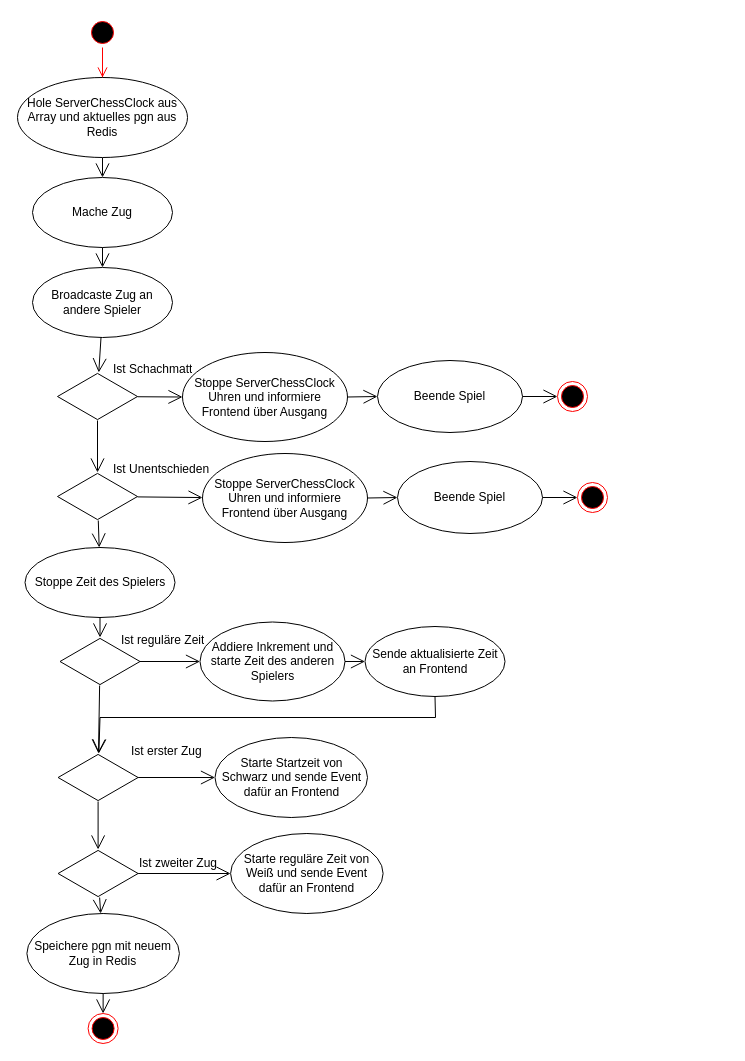
Earlier version of the draw.io diagram Bachelorarbeit/images/Neuer Zug Backend.drawio (jasperfue/Gambit). Source tidied: cells renumbered, new cells numbered last; positions are measured from the earlier drawing's top-left corner, leaving out a move shared by most shapes. Both pictures are drawn from the tidied source at 100%, with x=0, y=0 at pixel (17, 17).
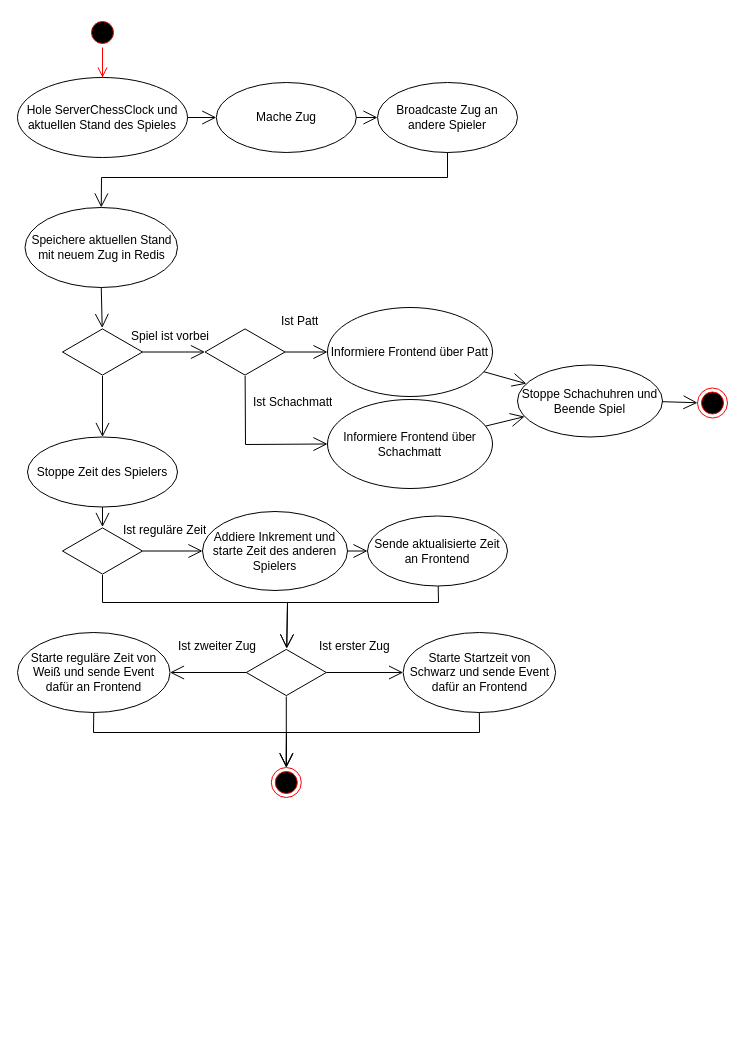
The same diagram, later.

Diff of the diagram source:
```diff
@@
     <mxCell id="5" value="Broadcaste Zug an andere Spieler" style="ellipse;whiteSpace=wrap;html=1;" parent="1" vertex="1">
-      <mxGeometry x="15" y="250" width="140" height="70" as="geometry" />
+      <mxGeometry x="360" y="65" width="140" height="70" as="geometry" />
     </mxCell>
-    <mxCell id="6" style="endArrow=open;endFill=1;endSize=12;html=1;rounded=0;" parent="1" edge="1" source="12" target="26">
+    <mxCell id="6" style="endArrow=open;endFill=1;endSize=12;html=1;rounded=0;" parent="1" edge="1" source="12" target="16">
       <mxGeometry relative="1" as="geometry" />
     </mxCell>
@@
-    <mxCell id="8" value="Hole ServerChessClock aus Array und aktuelles pgn aus Redis" style="ellipse;whiteSpace=wrap;html=1;" parent="1" vertex="1">
+    <mxCell id="8" value="Hole ServerChessClock und aktuellen Stand des Spieles" style="ellipse;whiteSpace=wrap;html=1;" parent="1" vertex="1">
       <mxGeometry y="60" width="170" height="80" as="geometry" />
     </mxCell>
     <mxCell id="9" value="Mache Zug" style="ellipse;whiteSpace=wrap;html=1;" parent="1" vertex="1">
-      <mxGeometry x="15" y="160" width="140" height="70" as="geometry" />
+      <mxGeometry x="198.8" y="65" width="140" height="70" as="geometry" />
     </mxCell>
@@
-    <mxCell id="11" style="endArrow=open;endFill=1;endSize=12;html=1;rounded=0;" parent="1" edge="1" source="5" target="12">
-      <mxGeometry relative="1" as="geometry" />
+    <mxCell id="11" style="endArrow=open;endFill=1;endSize=12;html=1;rounded=0;" parent="1" edge="1" source="5" target="49">
+      <mxGeometry relative="1" as="geometry">
+        <Array as="points">
+          <mxPoint x="430" y="160" />
+          <mxPoint x="84" y="160" />
+        </Array>
+      </mxGeometry>
     </mxCell>
     <mxCell id="12" style="html=1;whiteSpace=wrap;shape=isoRectangle;" parent="1" vertex="1">
-      <mxGeometry x="40" y="355" width="80" height="48" as="geometry" />
+      <mxGeometry x="45" y="310.5" width="80" height="48" as="geometry" />
     </mxCell>
-    <mxCell id="13" style="endArrow=open;endFill=1;endSize=12;html=1;rounded=0;" parent="1" edge="1" source="12" target="21">
+    <mxCell id="13" style="endArrow=open;endFill=1;endSize=12;html=1;rounded=0;" parent="1" edge="1" source="12" target="26">
       <mxGeometry relative="1" as="geometry" />
     </mxCell>
     <mxCell id="14" style="ellipse;html=1;shape=endState;fillColor=#000000;strokeColor=#ff0000;" parent="1" vertex="1">
-      <mxGeometry x="540" y="364" width="30" height="30" as="geometry" />
+      <mxGeometry x="680" y="370.5" width="30" height="30" as="geometry" />
     </mxCell>
-    <mxCell id="15" value="Ist Schachmatt" style="text;strokeColor=none;fillColor=none;align=left;verticalAlign=top;spacingLeft=4;spacingRight=4;overflow=hidden;whiteSpace=wrap;html=1;" parent="1" vertex="1">
-      <mxGeometry x="90" y="338" width="160" height="26" as="geometry" />
+    <mxCell id="15" value="Spiel ist vorbei" style="text;strokeColor=none;fillColor=none;align=left;verticalAlign=top;spacingLeft=4;spacingRight=4;overflow=hidden;whiteSpace=wrap;html=1;" parent="1" vertex="1">
+      <mxGeometry x="107.5" y="305" width="160" height="26" as="geometry" />
     </mxCell>
     <mxCell id="16" value="Stoppe Zeit des Spielers" style="ellipse;whiteSpace=wrap;html=1;" parent="1" vertex="1">
-      <mxGeometry x="7.5" y="530" width="150" height="70" as="geometry" />
+      <mxGeometry x="10" y="419.5" width="150" height="70" as="geometry" />
     </mxCell>
@@
     <mxCell id="18" value="Addiere Inkrement und starte Zeit des anderen Spielers" style="ellipse;whiteSpace=wrap;html=1;" parent="1" vertex="1">
-      <mxGeometry x="182.5" y="604.5" width="145" height="79" as="geometry" />
+      <mxGeometry x="185" y="494" width="145" height="79" as="geometry" />
     </mxCell>
@@
     <mxCell id="20" style="ellipse;html=1;shape=endState;fillColor=#000000;strokeColor=#ff0000;" parent="1" vertex="1">
-      <mxGeometry x="70.6" y="996" width="30" height="30" as="geometry" />
+      <mxGeometry x="253.8" y="750" width="30" height="30" as="geometry" />
     </mxCell>
-    <mxCell id="21" value="Stoppe ServerChessClock Uhren und informiere Frontend über Ausgang" style="ellipse;whiteSpace=wrap;html=1;" parent="1" vertex="1">
-      <mxGeometry x="165" y="335" width="165" height="89" as="geometry" />
+    <mxCell id="21" value="Informiere Frontend über Patt" style="ellipse;whiteSpace=wrap;html=1;" parent="1" vertex="1">
+      <mxGeometry x="310" y="290" width="165" height="89" as="geometry" />
     </mxCell>
@@
-    <mxCell id="23" value="Beende Spiel" style="ellipse;whiteSpace=wrap;html=1;" parent="1" vertex="1">
-      <mxGeometry x="360" y="343" width="145" height="72" as="geometry" />
+    <mxCell id="23" value="Stoppe Schachuhren und&lt;br&gt;Beende Spiel" style="ellipse;whiteSpace=wrap;html=1;" parent="1" vertex="1">
+      <mxGeometry x="500" y="347.5" width="145" height="72" as="geometry" />
     </mxCell>
@@
-    <mxCell id="25" style="endArrow=open;endFill=1;endSize=12;html=1;rounded=0;" parent="1" edge="1" source="26" target="16">
-      <mxGeometry relative="1" as="geometry" />
-    </mxCell>
     <mxCell id="26" style="html=1;whiteSpace=wrap;shape=isoRectangle;" parent="1" vertex="1">
-      <mxGeometry x="40" y="455" width="80" height="48" as="geometry" />
+      <mxGeometry x="187.5" y="310.5" width="80" height="48" as="geometry" />
     </mxCell>
-    <mxCell id="27" style="endArrow=open;endFill=1;endSize=12;html=1;rounded=0;" parent="1" edge="1" source="26" target="30">
+    <mxCell id="27" style="endArrow=open;endFill=1;endSize=12;html=1;rounded=0;" parent="1" edge="1" source="26" target="21">
       <mxGeometry relative="1" as="geometry" />
     </mxCell>
-    <mxCell id="28" style="ellipse;html=1;shape=endState;fillColor=#000000;strokeColor=#ff0000;" parent="1" vertex="1">
-      <mxGeometry x="560" y="465" width="30" height="30" as="geometry" />
-    </mxCell>
-    <mxCell id="29" value="Ist Unentschieden" style="text;strokeColor=none;fillColor=none;align=left;verticalAlign=top;spacingLeft=4;spacingRight=4;overflow=hidden;whiteSpace=wrap;html=1;" parent="1" vertex="1">
-      <mxGeometry x="90" y="438" width="160" height="26" as="geometry" />
+    <mxCell id="29" value="Ist Patt" style="text;strokeColor=none;fillColor=none;align=left;verticalAlign=top;spacingLeft=4;spacingRight=4;overflow=hidden;whiteSpace=wrap;html=1;" parent="1" vertex="1">
+      <mxGeometry x="257.5" y="290" width="160" height="26" as="geometry" />
     </mxCell>
-    <mxCell id="30" value="Stoppe ServerChessClock Uhren und informiere Frontend über Ausgang" style="ellipse;whiteSpace=wrap;html=1;" parent="1" vertex="1">
-      <mxGeometry x="185" y="436" width="165" height="89" as="geometry" />
+    <mxCell id="30" value="Informiere Frontend über Schachmatt" style="ellipse;whiteSpace=wrap;html=1;" parent="1" vertex="1">
+      <mxGeometry x="310" y="382" width="165" height="89" as="geometry" />
     </mxCell>
-    <mxCell id="31" style="endArrow=open;endFill=1;endSize=12;html=1;rounded=0;" parent="1" edge="1" source="30" target="32">
+    <mxCell id="31" style="endArrow=open;endFill=1;endSize=12;html=1;rounded=0;" parent="1" edge="1" source="30" target="23">
       <mxGeometry relative="1" as="geometry" />
     </mxCell>
-    <mxCell id="32" value="Beende Spiel" style="ellipse;whiteSpace=wrap;html=1;" parent="1" vertex="1">
-      <mxGeometry x="380" y="444" width="145" height="72" as="geometry" />
-    </mxCell>
-    <mxCell id="33" style="endArrow=open;endFill=1;endSize=12;html=1;rounded=0;" parent="1" edge="1" source="32" target="28">
-      <mxGeometry relative="1" as="geometry" />
-    </mxCell>
     <mxCell id="34" style="html=1;whiteSpace=wrap;shape=isoRectangle;" parent="1" vertex="1">
-      <mxGeometry x="40.6" y="736" width="80" height="48" as="geometry" />
+      <mxGeometry x="228.8" y="631" width="80" height="48" as="geometry" />
     </mxCell>
     <mxCell id="35" value="Ist erster Zug" style="text;strokeColor=none;fillColor=none;align=left;verticalAlign=top;spacingLeft=4;spacingRight=4;overflow=hidden;whiteSpace=wrap;html=1;" parent="1" vertex="1">
-      <mxGeometry x="107.5" y="720" width="160" height="26" as="geometry" />
+      <mxGeometry x="295.6" y="615" width="160" height="26" as="geometry" />
     </mxCell>
@@
     <mxCell id="37" value="Starte Startzeit von Schwarz und sende Event dafür an Frontend" style="ellipse;whiteSpace=wrap;html=1;" parent="1" vertex="1">
-      <mxGeometry x="197.5" y="720" width="152.5" height="80" as="geometry" />
+      <mxGeometry x="385.6" y="615" width="152.5" height="80" as="geometry" />
     </mxCell>
-    <mxCell id="38" style="html=1;whiteSpace=wrap;shape=isoRectangle;" parent="1" vertex="1">
-      <mxGeometry x="40.6" y="832" width="80" height="48" as="geometry" />
-    </mxCell>
-    <mxCell id="39" style="endArrow=open;endFill=1;endSize=12;html=1;rounded=0;" parent="1" edge="1" source="34" target="38">
+    <mxCell id="39" style="endArrow=open;endFill=1;endSize=12;html=1;rounded=0;" parent="1" edge="1" source="34" target="20">
       <mxGeometry relative="1" as="geometry" />
     </mxCell>
     <mxCell id="40" value="Ist zweiter Zug" style="text;strokeColor=none;fillColor=none;align=left;verticalAlign=top;spacingLeft=4;spacingRight=4;overflow=hidden;whiteSpace=wrap;html=1;" parent="1" vertex="1">
-      <mxGeometry x="115.6" y="832" width="160" height="26" as="geometry" />
+      <mxGeometry x="155" y="615" width="160" height="26" as="geometry" />
     </mxCell>
-    <mxCell id="41" style="endArrow=open;endFill=1;endSize=12;html=1;rounded=0;" parent="1" edge="1" source="38" target="42">
+    <mxCell id="41" style="endArrow=open;endFill=1;endSize=12;html=1;rounded=0;" parent="1" edge="1" source="34" target="42">
       <mxGeometry relative="1" as="geometry" />
     </mxCell>
     <mxCell id="42" value="Starte reguläre Zeit von Weiß und sende Event dafür an Frontend" style="ellipse;whiteSpace=wrap;html=1;" parent="1" vertex="1">
-      <mxGeometry x="213.1" y="816" width="152.5" height="80" as="geometry" />
+      <mxGeometry y="615" width="152.5" height="80" as="geometry" />
     </mxCell>
@@
     <mxCell id="44" style="html=1;whiteSpace=wrap;shape=isoRectangle;" parent="1" vertex="1">
-      <mxGeometry x="42.5" y="620" width="80" height="48" as="geometry" />
+      <mxGeometry x="45" y="509.5" width="80" height="48" as="geometry" />
     </mxCell>
     <mxCell id="45" value="Ist reguläre Zeit" style="text;strokeColor=none;fillColor=none;align=left;verticalAlign=top;spacingLeft=4;spacingRight=4;overflow=hidden;whiteSpace=wrap;html=1;" parent="1" vertex="1">
-      <mxGeometry x="97.5" y="609" width="160" height="26" as="geometry" />
+      <mxGeometry x="100" y="498.5" width="160" height="26" as="geometry" />
     </mxCell>
     <mxCell id="46" value="Sende aktualisierte Zeit an Frontend" style="ellipse;whiteSpace=wrap;html=1;" parent="1" vertex="1">
-      <mxGeometry x="347.5" y="609" width="140" height="70" as="geometry" />
+      <mxGeometry x="350" y="498.5" width="140" height="70" as="geometry" />
     </mxCell>
     <mxCell id="47" style="endArrow=open;endFill=1;endSize=12;html=1;rounded=0;" parent="1" edge="1" source="46" target="34">
       <mxGeometry relative="1" as="geometry">
         <Array as="points">
-          <mxPoint x="418" y="700" />
-          <mxPoint x="82.5" y="700" />
+          <mxPoint x="421" y="585" />
+          <mxPoint x="270" y="585" />
         </Array>
       </mxGeometry>
     </mxCell>
     <mxCell id="48" style="endArrow=open;endFill=1;endSize=12;html=1;rounded=0;" parent="1" edge="1" source="44" target="34">
-      <mxGeometry relative="1" as="geometry" />
+      <mxGeometry relative="1" as="geometry">
+        <Array as="points">
+          <mxPoint x="85" y="585" />
+          <mxPoint x="270" y="585" />
+        </Array>
+      </mxGeometry>
     </mxCell>
-    <mxCell id="49" value="Speichere pgn mit neuem Zug in Redis" style="ellipse;whiteSpace=wrap;html=1;" parent="1" vertex="1">
-      <mxGeometry x="9.4" y="896" width="152.5" height="80" as="geometry" />
+    <mxCell id="49" value="Speichere aktuellen Stand mit neuem Zug in Redis" style="ellipse;whiteSpace=wrap;html=1;" parent="1" vertex="1">
+      <mxGeometry x="7.5" y="190" width="152.5" height="80" as="geometry" />
     </mxCell>
-    <mxCell id="50" style="endArrow=open;endFill=1;endSize=12;html=1;rounded=0;" parent="1" edge="1" source="38" target="49">
-      <mxGeometry relative="1" as="geometry" />
-    </mxCell>
-    <mxCell id="51" style="endArrow=open;endFill=1;endSize=12;html=1;rounded=0;" parent="1" edge="1" source="49" target="20">
-      <mxGeometry relative="1" as="geometry" />
-    </mxCell>
+    <mxCell id="52" value="Ist Schachmatt" style="text;strokeColor=none;fillColor=none;align=left;verticalAlign=top;spacingLeft=4;spacingRight=4;overflow=hidden;whiteSpace=wrap;html=1;" parent="1" vertex="1">
+      <mxGeometry x="230" y="370.5" width="160" height="26" as="geometry" />
+    </mxCell>
+    <mxCell id="53" style="endArrow=open;endFill=1;endSize=12;html=1;rounded=0;" parent="1" edge="1" source="26" target="30">
+      <mxGeometry relative="1" as="geometry">
+        <Array as="points">
+          <mxPoint x="228" y="427" />
+        </Array>
+      </mxGeometry>
+    </mxCell>
+    <mxCell id="54" style="endArrow=open;endFill=1;endSize=12;html=1;rounded=0;" parent="1" edge="1" source="37" target="20">
+      <mxGeometry relative="1" as="geometry">
+        <Array as="points">
+          <mxPoint x="462" y="715" />
+          <mxPoint x="269" y="715" />
+        </Array>
+      </mxGeometry>
+    </mxCell>
+    <mxCell id="55" style="endArrow=open;endFill=1;endSize=12;html=1;rounded=0;" parent="1" edge="1" source="42" target="20">
+      <mxGeometry relative="1" as="geometry">
+        <Array as="points">
+          <mxPoint x="76" y="715" />
+          <mxPoint x="269" y="715" />
+        </Array>
+      </mxGeometry>
+    </mxCell>
+    <mxCell id="56" style="endArrow=open;endFill=1;endSize=12;html=1;rounded=0;" parent="1" edge="1" source="49" target="12">
+      <mxGeometry relative="1" as="geometry" />
+    </mxCell>
```
